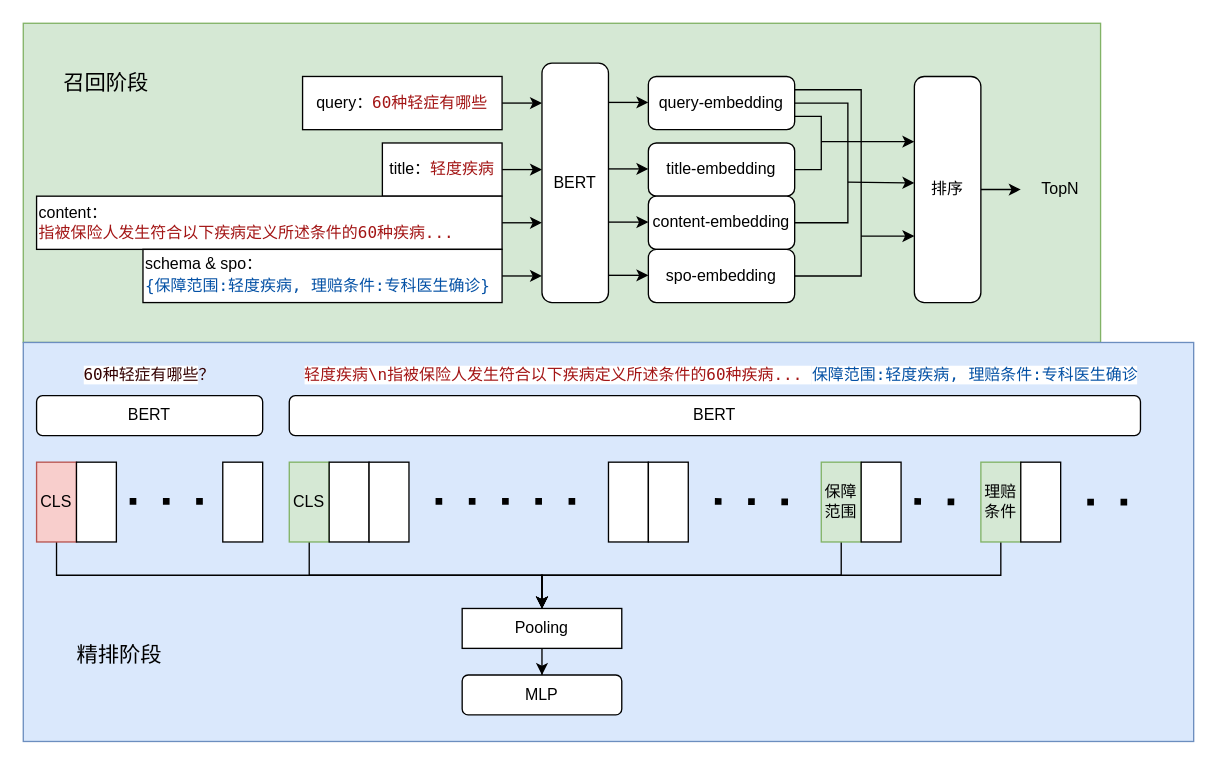
Before: 条款spo检索.drawio in ZhangHammer/ZhangHammer, a draw.io diagram. Source tidied: cells renumbered, new cells numbered last; positions are measured from the earlier drawing's top-left corner, leaving out a move shared by most shapes. Both pictures are drawn from the tidied source at 133%, with x=0, y=0 at pixel (23, 23).
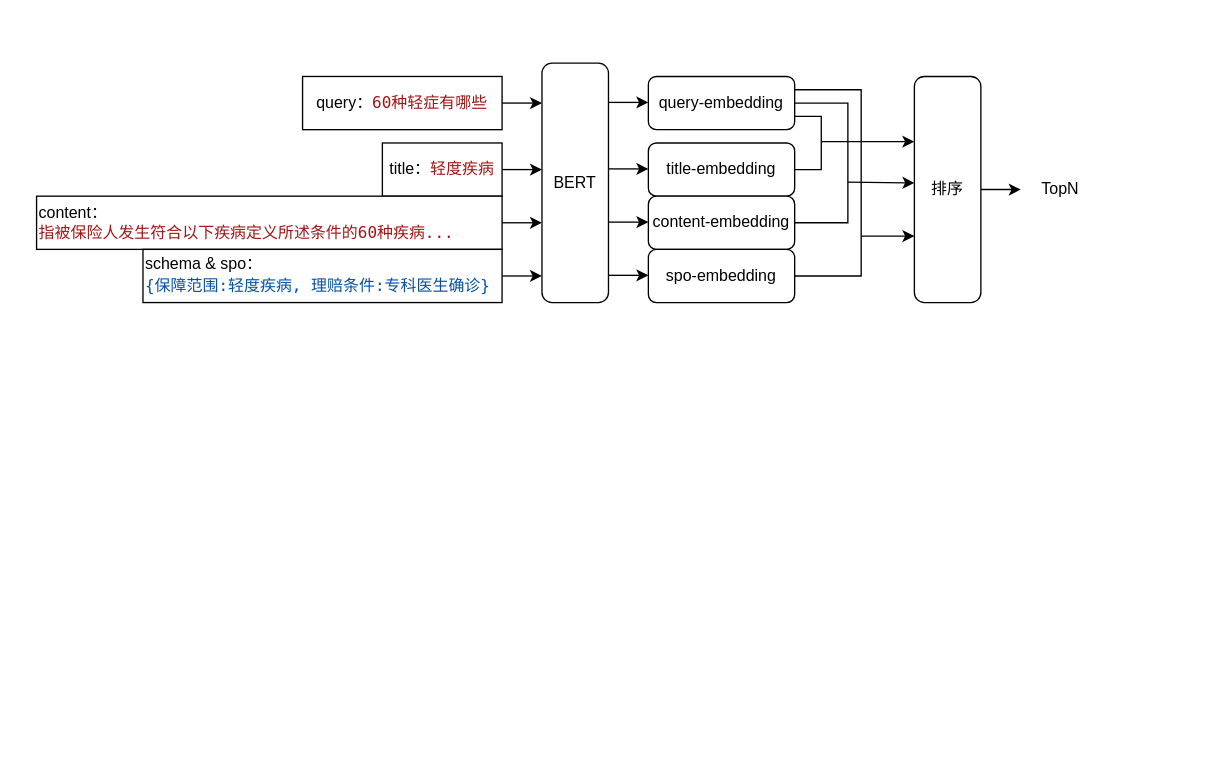
The same page after the edit.

The edit, as a diff of the source:
```diff
@@
-    <mxCell id="2" style="rounded=0;whiteSpace=wrap;html=1;fillColor=#d5e8d4;strokeColor=#82b366;" parent="1" vertex="1">
-      <mxGeometry width="810" height="240" as="geometry" />
-    </mxCell>
-    <mxCell id="3" style="rounded=0;whiteSpace=wrap;html=1;fillColor=#dae8fc;strokeColor=#6c8ebf;" parent="1" vertex="1">
-      <mxGeometry y="240" width="880" height="300" as="geometry" />
-    </mxCell>
@@
-    <mxCell id="30" value="&lt;span style=&quot;color: rgb(163, 21, 21); font-family: Menlo, Monaco, &amp;quot;Courier New&amp;quot;, monospace; white-space: pre; background-color: rgb(255, 255, 255);&quot;&gt;轻度疾病\n&lt;/span&gt;&lt;span style=&quot;color: rgb(163, 21, 21); font-family: Menlo, Monaco, &amp;quot;Courier New&amp;quot;, monospace; text-align: left; white-space: pre; background-color: rgb(255, 255, 255);&quot;&gt;指被保险人发生符合以下疾病定义所述条件的60种疾病... &lt;/span&gt;&lt;span style=&quot;color: rgb(4, 81, 165); font-family: Menlo, Monaco, &amp;quot;Courier New&amp;quot;, monospace; text-align: left; white-space: pre; background-color: rgb(255, 255, 255);&quot;&gt;保障范围:轻度疾病, 理赔条件:专科医生确诊&lt;/span&gt;" style="text;html=1;align=center;verticalAlign=middle;whiteSpace=wrap;rounded=0;" parent="1" vertex="1">
-      <mxGeometry x="200" y="250" width="650" height="30" as="geometry" />
-    </mxCell>
-    <mxCell id="31" value="BERT" style="rounded=1;whiteSpace=wrap;html=1;" parent="1" vertex="1">
-      <mxGeometry x="200" y="280" width="640" height="30" as="geometry" />
-    </mxCell>
-    <mxCell id="32" style="edgeStyle=orthogonalEdgeStyle;rounded=0;jettySize=auto;html=1;exitX=0.5;exitY=1;exitDx=0;exitDy=0;entryX=0.5;entryY=0;entryDx=0;entryDy=0;" parent="1" edge="1" source="33" target="50">
-      <mxGeometry relative="1" as="geometry" />
-    </mxCell>
-    <mxCell id="33" value="CLS" style="rounded=0;whiteSpace=wrap;html=1;fillColor=#d5e8d4;strokeColor=#82b366;" parent="1" vertex="1">
-      <mxGeometry x="200" y="330" width="30" height="60" as="geometry" />
-    </mxCell>
-    <mxCell id="34" style="rounded=0;whiteSpace=wrap;html=1;" parent="1" vertex="1">
-      <mxGeometry x="230" y="330" width="30" height="60" as="geometry" />
-    </mxCell>
-    <mxCell id="35" style="rounded=0;whiteSpace=wrap;html=1;" parent="1" vertex="1">
-      <mxGeometry x="260" y="330" width="30" height="60" as="geometry" />
-    </mxCell>
-    <mxCell id="36" style="edgeStyle=orthogonalEdgeStyle;rounded=0;jettySize=auto;html=1;exitX=0.5;exitY=1;exitDx=0;exitDy=0;entryX=0.5;entryY=0;entryDx=0;entryDy=0;" parent="1" edge="1" source="37" target="50">
-      <mxGeometry relative="1" as="geometry" />
-    </mxCell>
-    <mxCell id="37" value="保障范围" style="rounded=0;whiteSpace=wrap;html=1;fillColor=#d5e8d4;strokeColor=#82b366;" parent="1" vertex="1">
-      <mxGeometry x="600" y="330" width="30" height="60" as="geometry" />
-    </mxCell>
-    <mxCell id="38" style="edgeStyle=orthogonalEdgeStyle;rounded=0;jettySize=auto;html=1;exitX=0.5;exitY=1;exitDx=0;exitDy=0;entryX=0.5;entryY=0;entryDx=0;entryDy=0;" parent="1" edge="1" source="39" target="50">
-      <mxGeometry relative="1" as="geometry" />
-    </mxCell>
-    <mxCell id="39" value="理赔条件" style="rounded=0;whiteSpace=wrap;html=1;fillColor=#d5e8d4;strokeColor=#82b366;" parent="1" vertex="1">
-      <mxGeometry x="720" y="330" width="30" height="60" as="geometry" />
-    </mxCell>
-    <mxCell id="40" style="endArrow=none;dashed=1;html=1;rounded=0;dashPattern=1 4;strokeWidth=5;" parent="1" edge="1">
-      <mxGeometry relative="1" as="geometry">
-        <mxPoint x="310" y="359.5" as="sourcePoint" />
-        <mxPoint x="420" y="359.5" as="targetPoint" />
-      </mxGeometry>
-    </mxCell>
-    <mxCell id="41" style="endArrow=none;dashed=1;html=1;rounded=0;dashPattern=1 4;strokeWidth=5;" parent="1" edge="1">
-      <mxGeometry relative="1" as="geometry">
-        <mxPoint x="800" y="360" as="sourcePoint" />
-        <mxPoint x="840" y="360" as="targetPoint" />
-      </mxGeometry>
-    </mxCell>
-    <mxCell id="42" style="rounded=0;whiteSpace=wrap;html=1;" parent="1" vertex="1">
-      <mxGeometry x="630" y="330" width="30" height="60" as="geometry" />
-    </mxCell>
-    <mxCell id="43" style="rounded=0;whiteSpace=wrap;html=1;" parent="1" vertex="1">
-      <mxGeometry x="750" y="330" width="30" height="60" as="geometry" />
-    </mxCell>
-    <mxCell id="44" value="&lt;font color=&quot;#330000&quot;&gt;&lt;span style=&quot;font-family: Menlo, Monaco, &amp;quot;Courier New&amp;quot;, monospace; white-space: pre; background-color: rgb(255, 255, 255);&quot;&gt;60种轻症有哪些&lt;/span&gt;？&lt;/font&gt;" style="text;html=1;align=center;verticalAlign=middle;whiteSpace=wrap;rounded=0;" parent="1" vertex="1">
-      <mxGeometry x="10" y="250" width="170" height="30" as="geometry" />
-    </mxCell>
-    <mxCell id="45" value="BERT" style="rounded=1;whiteSpace=wrap;html=1;" parent="1" vertex="1">
-      <mxGeometry x="10" y="280" width="170" height="30" as="geometry" />
-    </mxCell>
-    <mxCell id="46" style="edgeStyle=orthogonalEdgeStyle;rounded=0;jettySize=auto;html=1;exitX=0.5;exitY=1;exitDx=0;exitDy=0;entryX=0.5;entryY=0;entryDx=0;entryDy=0;" parent="1" edge="1" source="47" target="50">
-      <mxGeometry relative="1" as="geometry" />
-    </mxCell>
-    <mxCell id="47" value="CLS" style="rounded=0;whiteSpace=wrap;html=1;fillColor=#f8cecc;strokeColor=#b85450;" parent="1" vertex="1">
-      <mxGeometry x="10" y="330" width="30" height="60" as="geometry" />
-    </mxCell>
-    <mxCell id="48" style="rounded=0;whiteSpace=wrap;html=1;" parent="1" vertex="1">
-      <mxGeometry x="40" y="330" width="30" height="60" as="geometry" />
-    </mxCell>
-    <mxCell id="49" style="edgeStyle=orthogonalEdgeStyle;rounded=0;jettySize=auto;html=1;" parent="1" edge="1" source="50" target="51">
-      <mxGeometry relative="1" as="geometry" />
-    </mxCell>
-    <mxCell id="50" value="Pooling" style="rounded=0;whiteSpace=wrap;html=1;" parent="1" vertex="1">
-      <mxGeometry x="330" y="440" width="120" height="30" as="geometry" />
-    </mxCell>
-    <mxCell id="51" value="MLP" style="rounded=1;whiteSpace=wrap;html=1;" parent="1" vertex="1">
-      <mxGeometry x="330" y="490" width="120" height="30" as="geometry" />
-    </mxCell>
-    <mxCell id="52" style="rounded=0;whiteSpace=wrap;html=1;" parent="1" vertex="1">
-      <mxGeometry x="150" y="330" width="30" height="60" as="geometry" />
-    </mxCell>
-    <mxCell id="53" style="endArrow=none;dashed=1;html=1;rounded=0;dashPattern=1 4;strokeWidth=5;" parent="1" edge="1">
-      <mxGeometry relative="1" as="geometry">
-        <mxPoint x="80" y="359.5" as="sourcePoint" />
-        <mxPoint x="140" y="359.5" as="targetPoint" />
-      </mxGeometry>
-    </mxCell>
-    <mxCell id="54" style="rounded=0;whiteSpace=wrap;html=1;" parent="1" vertex="1">
-      <mxGeometry x="440" y="330" width="30" height="60" as="geometry" />
-    </mxCell>
-    <mxCell id="55" style="rounded=0;whiteSpace=wrap;html=1;" parent="1" vertex="1">
-      <mxGeometry x="470" y="330" width="30" height="60" as="geometry" />
-    </mxCell>
-    <mxCell id="56" style="endArrow=none;dashed=1;html=1;rounded=0;dashPattern=1 4;strokeWidth=5;" parent="1" edge="1">
-      <mxGeometry relative="1" as="geometry">
-        <mxPoint x="520" y="359.5" as="sourcePoint" />
-        <mxPoint x="590" y="360" as="targetPoint" />
-      </mxGeometry>
-    </mxCell>
-    <mxCell id="57" style="endArrow=none;dashed=1;html=1;rounded=0;dashPattern=1 4;strokeWidth=5;" parent="1" edge="1">
-      <mxGeometry relative="1" as="geometry">
-        <mxPoint x="670" y="359.5" as="sourcePoint" />
-        <mxPoint x="710" y="360" as="targetPoint" />
-      </mxGeometry>
-    </mxCell>
-    <mxCell id="58" value="召回阶段" style="text;html=1;align=center;verticalAlign=middle;whiteSpace=wrap;rounded=0;fontSize=16;" parent="1" vertex="1">
-      <mxGeometry x="10" y="30" width="105" height="30" as="geometry" />
-    </mxCell>
-    <mxCell id="59" value="精排阶段" style="text;html=1;align=center;verticalAlign=middle;whiteSpace=wrap;rounded=0;fontSize=16;" parent="1" vertex="1">
-      <mxGeometry x="20" y="460" width="105" height="30" as="geometry" />
-    </mxCell>
```
